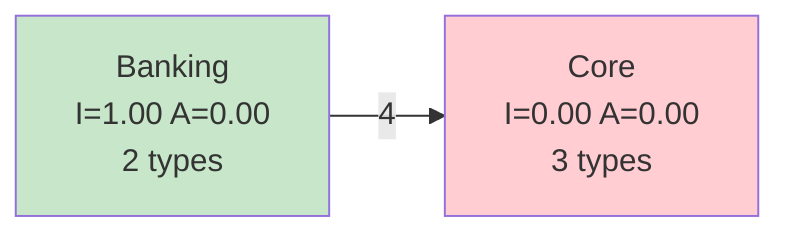
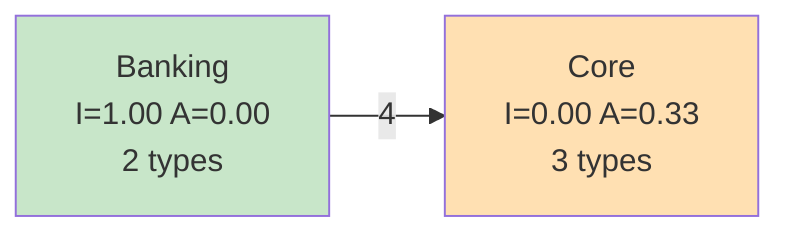
flowchart LR
    Banking["Banking<br/>I=1.00 A=0.00<br/>2 types"]
-     Core["Core<br/>I=0.00 A=0.00<br/>3 types"]
+     Core["Core<br/>I=0.00 A=0.33<br/>3 types"]
    Banking -->|4| Core
    style Banking fill:#c8e6c9
-     style Core fill:#ffcdd2
+     style Core fill:#ffe0b2
